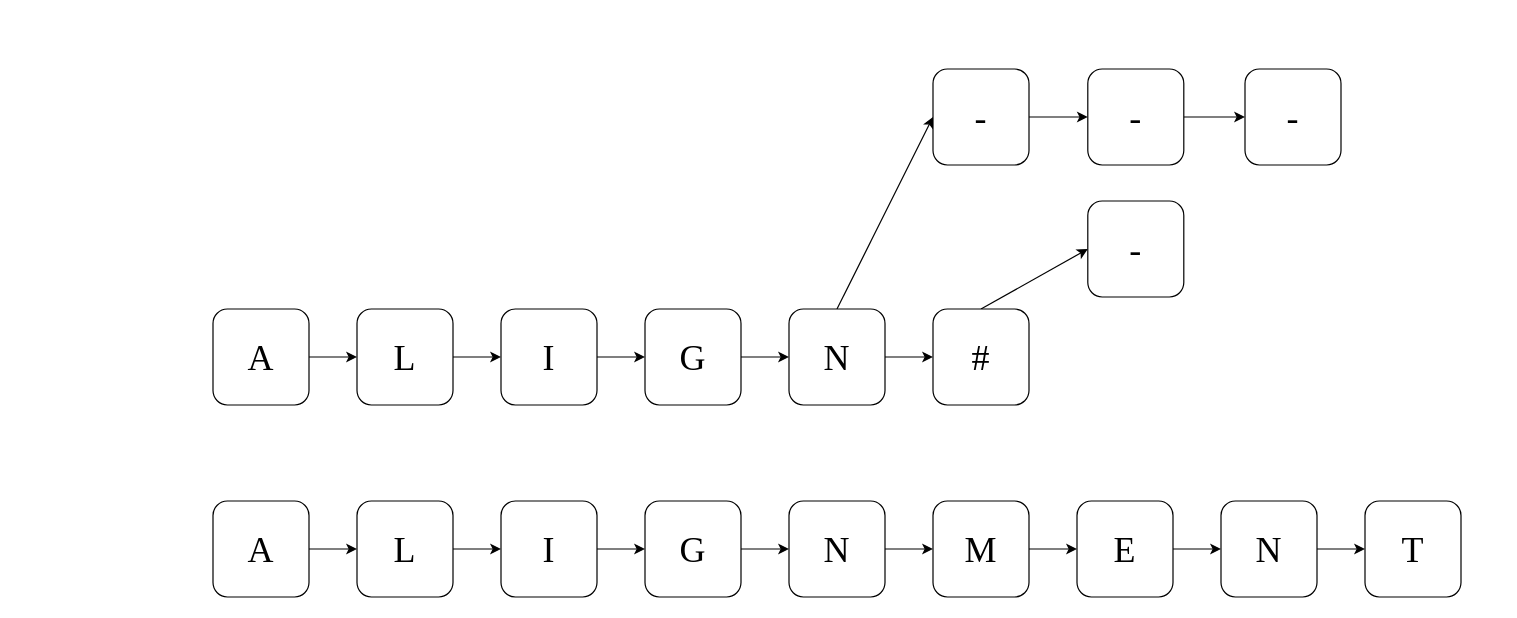
Earlier version of the draw.io diagram CISC3025_Project_Task_1/Assets/AlignmentTree.drawio (hyz-courses/CISC3025-Project-Tasks). Source tidied: cells renumbered, new cells numbered last; positions are measured from the earlier drawing's top-left corner, leaving out a move shared by most shapes. Both pictures are drawn from the tidied source at 120%, with x=0, y=0 at pixel (212, 68).
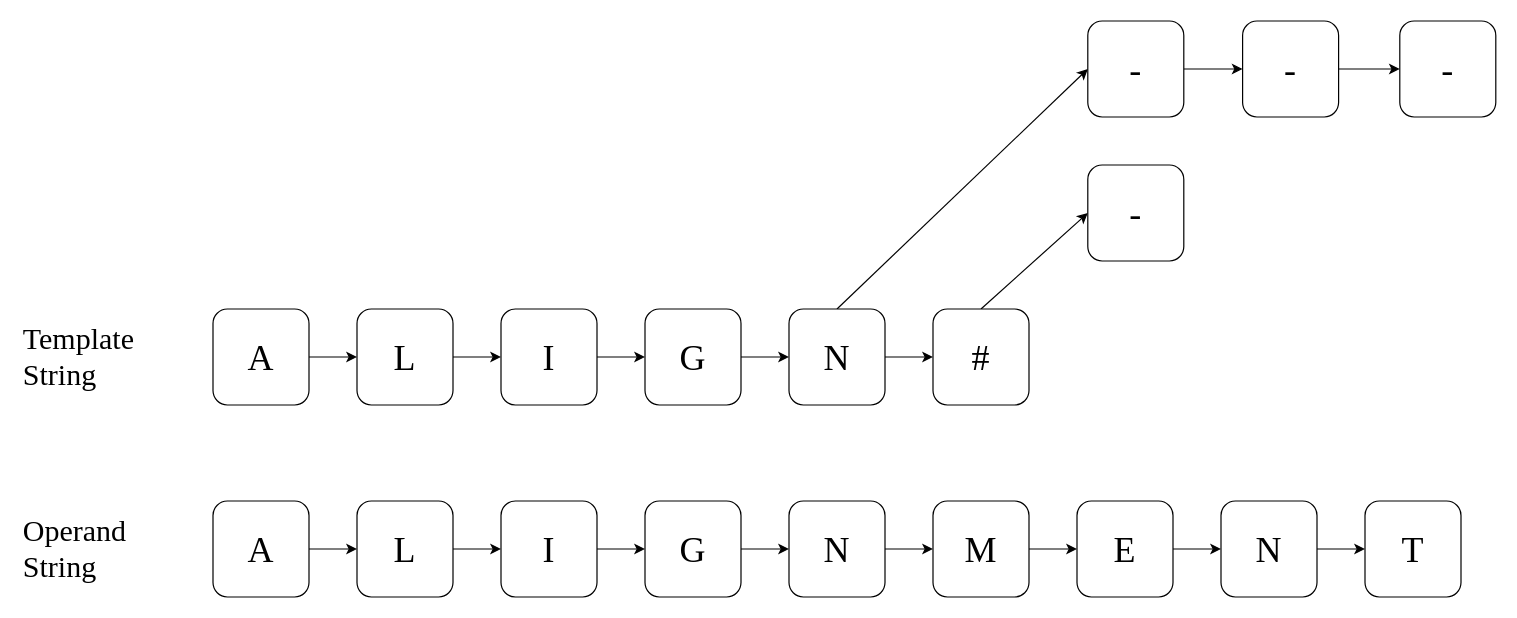
Above is the later version.

Commit message (it also covers changes not shown here):
:bug: Saved Alignment Tree

Diff of the diagram source:
```diff
@@
     <mxCell id="33" value="&lt;font style=&quot;font-size: 30px;&quot; face=&quot;Times New Roman&quot;&gt;-&lt;/font&gt;" style="rounded=1;whiteSpace=wrap;html=1;" parent="1" vertex="1">
-      <mxGeometry x="600" width="80" height="80" as="geometry" />
+      <mxGeometry x="729" y="-40" width="80" height="80" as="geometry" />
     </mxCell>
@@
     <mxCell id="35" value="&lt;font style=&quot;font-size: 30px;&quot; face=&quot;Times New Roman&quot;&gt;-&lt;/font&gt;" style="rounded=1;whiteSpace=wrap;html=1;" parent="1" vertex="1">
-      <mxGeometry x="729" width="80" height="80" as="geometry" />
+      <mxGeometry x="858" y="-40" width="80" height="80" as="geometry" />
     </mxCell>
     <mxCell id="36" value="&lt;font style=&quot;font-size: 30px;&quot; face=&quot;Times New Roman&quot;&gt;-&lt;/font&gt;" style="rounded=1;whiteSpace=wrap;html=1;" parent="1" vertex="1">
-      <mxGeometry x="860" width="80" height="80" as="geometry" />
+      <mxGeometry x="989" y="-40" width="80" height="80" as="geometry" />
     </mxCell>
     <mxCell id="37" value="&lt;font style=&quot;font-size: 30px;&quot; face=&quot;Times New Roman&quot;&gt;-&lt;/font&gt;" style="rounded=1;whiteSpace=wrap;html=1;" parent="1" vertex="1">
-      <mxGeometry x="729" y="110" width="80" height="80" as="geometry" />
+      <mxGeometry x="729" y="80" width="80" height="80" as="geometry" />
     </mxCell>
+    <mxCell id="38" value="&lt;font face=&quot;Times New Roman&quot; style=&quot;font-size: 25px;&quot;&gt;Template String&lt;/font&gt;" style="text;html=1;strokeColor=none;fillColor=none;align=left;verticalAlign=middle;whiteSpace=wrap;rounded=0;" parent="1" vertex="1">
+      <mxGeometry x="-160" y="210" width="120" height="60" as="geometry" />
+    </mxCell>
+    <mxCell id="39" value="&lt;font face=&quot;Times New Roman&quot; style=&quot;font-size: 25px;&quot;&gt;Operand String&lt;/font&gt;" style="text;html=1;strokeColor=none;fillColor=none;align=left;verticalAlign=middle;whiteSpace=wrap;rounded=0;" parent="1" vertex="1">
+      <mxGeometry x="-160" y="370" width="120" height="60" as="geometry" />
+    </mxCell>
```
